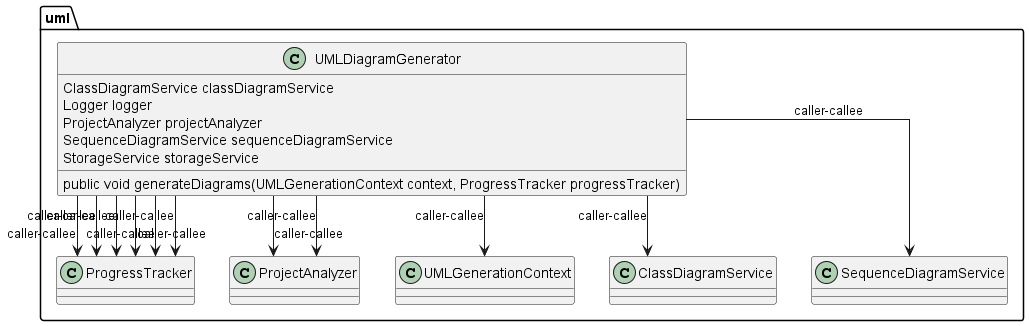
Earlier version of the PlantUML export umldoc/images/com_pjsoft_j2arch_uml_package.png (jags-programming/j2arch). Its diagram source:
```plantuml
@startuml
skinparam linetype Ortho
package uml {
class UMLDiagramGenerator {
    ClassDiagramService classDiagramService
    Logger logger
    ProjectAnalyzer projectAnalyzer
    SequenceDiagramService sequenceDiagramService
    StorageService storageService
    public void generateDiagrams(UMLGenerationContext context, ProgressTracker progressTracker)
}
UMLDiagramGenerator --> ProgressTracker : caller-callee
UMLDiagramGenerator --> ProjectAnalyzer : caller-callee
UMLDiagramGenerator --> ProjectAnalyzer : caller-callee
UMLDiagramGenerator --> ProgressTracker : caller-callee
UMLDiagramGenerator --> UMLGenerationContext : caller-callee
UMLDiagramGenerator --> ProgressTracker : caller-callee
UMLDiagramGenerator --> ClassDiagramService : caller-callee
UMLDiagramGenerator --> ProgressTracker : caller-callee
UMLDiagramGenerator --> ProgressTracker : caller-callee
UMLDiagramGenerator --> SequenceDiagramService : caller-callee
UMLDiagramGenerator --> ProgressTracker : caller-callee
}
@enduml
```
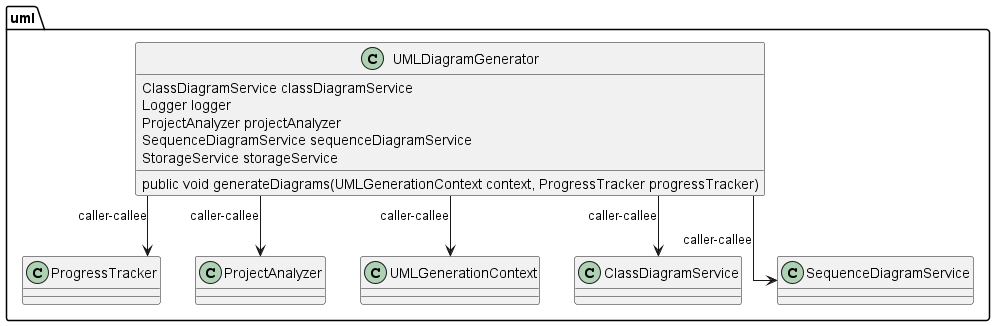
The same diagram one commit later.

Diff of the diagram source:
```diff
@@ -11,14 +11,8 @@
 }
 UMLDiagramGenerator --> ProgressTracker : caller-callee
 UMLDiagramGenerator --> ProjectAnalyzer : caller-callee
-UMLDiagramGenerator --> ProjectAnalyzer : caller-callee
-UMLDiagramGenerator --> ProgressTracker : caller-callee
 UMLDiagramGenerator --> UMLGenerationContext : caller-callee
-UMLDiagramGenerator --> ProgressTracker : caller-callee
 UMLDiagramGenerator --> ClassDiagramService : caller-callee
-UMLDiagramGenerator --> ProgressTracker : caller-callee
-UMLDiagramGenerator --> ProgressTracker : caller-callee
 UMLDiagramGenerator --> SequenceDiagramService : caller-callee
-UMLDiagramGenerator --> ProgressTracker : caller-callee
 }
 @enduml
```
